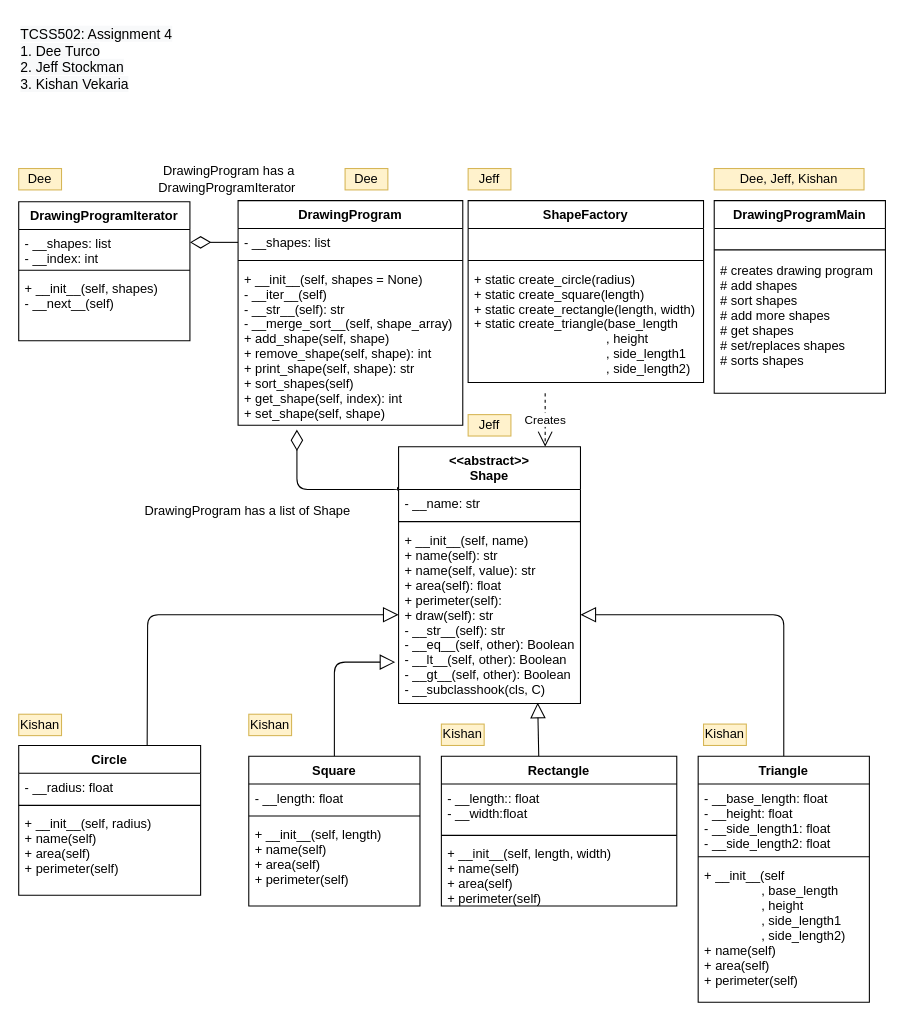
Earlier version of the draw.io diagram HW4_Dee.drawio (jstocks/shapefactory). Source tidied: cells renumbered, new cells numbered last; positions are measured from the earlier drawing's top-left corner, leaving out a move shared by most shapes. Both pictures are drawn from the tidied source at 107%, with x=0, y=0 at pixel (18, 18).
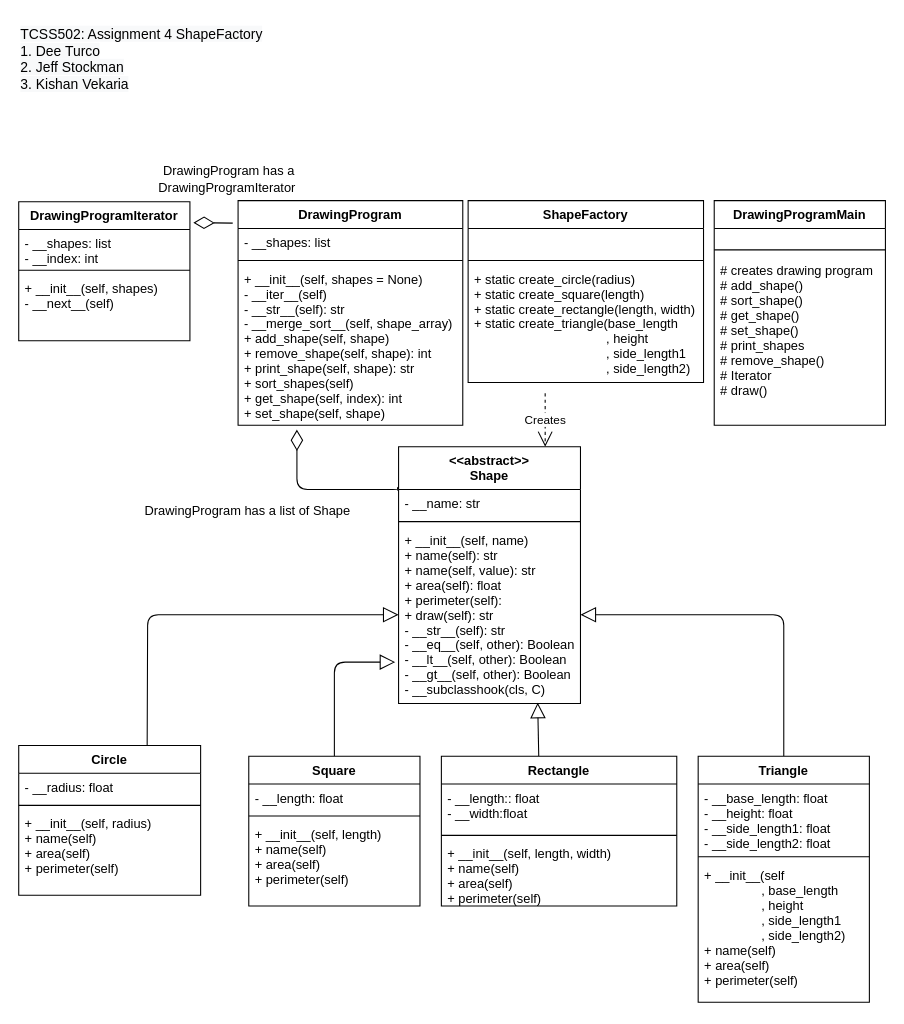
After the change.

The change refers to these unchanged cells:
```xml
<mxCell id="10" value="DrawingProgramIterator" style="swimlane;fontStyle=1;align=center;verticalAlign=top;horizontal=1;startSize=26;" parent="1" vertex="1">
  <mxGeometry y="171" width="160" height="130" as="geometry" />
</mxCell>
<mxCell id="43" value="- __shapes: list" style="text;strokeColor=none;fillColor=none;align=left;verticalAlign=top;spacingLeft=4;spacingRight=4;overflow=hidden;points=[[0,0.5],[1,0.5]];portConstraint=eastwest;" parent="42" vertex="1">
  <mxGeometry y="26" width="210" height="26" as="geometry" />
</mxCell>
```

Diff of the diagram source:
```diff
@@
-    <mxCell id="6" style="endArrow=diamondThin;html=1;endFill=0;strokeWidth=1;endSize=17;exitX=0;exitY=0.5;exitDx=0;exitDy=0;" parent="1" edge="1" source="43">
+    <mxCell id="6" style="endArrow=diamondThin;html=1;endFill=0;strokeWidth=1;endSize=17;entryX=1.02;entryY=0.151;entryDx=0;entryDy=0;entryPerimeter=0;" parent="1" edge="1" target="10">
       <mxGeometry relative="1" as="geometry">
-        <mxPoint x="160" y="209" as="targetPoint" />
+        <mxPoint x="200" y="191" as="sourcePoint" />
       </mxGeometry>
     </mxCell>
@@
     <mxCell id="18" value="DrawingProgramMain" style="swimlane;fontStyle=1;align=center;verticalAlign=top;horizontal=1;startSize=26;" parent="1" vertex="1">
-      <mxGeometry x="650" y="170" width="160" height="180" as="geometry" />
+      <mxGeometry x="650" y="170" width="160" height="210" as="geometry" />
     </mxCell>
@@
-    <mxCell id="21" value="# creates drawing program&#10;# add shapes&#10;# sort shapes&#10;# add more shapes&#10;# get shapes&#10;# set/replaces shapes&#10;# sorts shapes" style="text;strokeColor=none;fillColor=none;align=left;verticalAlign=top;spacingLeft=4;spacingRight=4;overflow=hidden;" parent="18" vertex="1">
-      <mxGeometry y="52" width="160" height="128" as="geometry" />
+    <mxCell id="21" value="# creates drawing program&#10;# add_shape()&#10;# sort_shape()&#10;# get_shape()&#10;# set_shape()&#10;# print_shapes&#10;# remove_shape()&#10;# Iterator&#10;# draw()" style="text;strokeColor=none;fillColor=none;align=left;verticalAlign=top;spacingLeft=4;spacingRight=4;overflow=hidden;" parent="18" vertex="1">
+      <mxGeometry y="52" width="160" height="158" as="geometry" />
     </mxCell>
@@
-    <mxCell id="46" value="&lt;span style=&quot;color: rgb(0 , 0 , 0) ; font-family: &amp;#34;helvetica&amp;#34; ; font-size: 13px ; font-style: normal ; font-weight: 400 ; letter-spacing: normal ; text-align: center ; text-indent: 0px ; text-transform: none ; word-spacing: 0px ; background-color: rgb(248 , 249 , 250) ; display: inline ; float: none&quot;&gt;TCSS502: Assignment 4&lt;br&gt;1. Dee Turco&lt;br&gt;2. Jeff Stockman&lt;br&gt;3. Kishan Vekaria&lt;br&gt;&lt;/span&gt;" style="text;whiteSpace=wrap;html=1;" parent="1" vertex="1">
+    <mxCell id="46" value="&lt;span style=&quot;color: rgb(0 , 0 , 0) ; font-family: &amp;#34;helvetica&amp;#34; ; font-size: 13px ; font-style: normal ; font-weight: 400 ; letter-spacing: normal ; text-align: center ; text-indent: 0px ; text-transform: none ; word-spacing: 0px ; background-color: rgb(248 , 249 , 250) ; display: inline ; float: none&quot;&gt;TCSS502: Assignment 4 ShapeFactory&lt;br&gt;1. Dee Turco&lt;br&gt;2. Jeff Stockman&lt;br&gt;3. Kishan Vekaria&lt;br&gt;&lt;/span&gt;" style="text;whiteSpace=wrap;html=1;" parent="1" vertex="1">
       <mxGeometry width="380" height="80" as="geometry" />
     </mxCell>
@@
-    <mxCell id="48" value="Dee" style="text;html=1;strokeColor=#d6b656;fillColor=#fff2cc;align=center;verticalAlign=middle;whiteSpace=wrap;rounded=0;" parent="1" vertex="1">
-      <mxGeometry x="305" y="140" width="40" height="20" as="geometry" />
-    </mxCell>
-    <mxCell id="49" value="Dee" style="text;html=1;strokeColor=#d6b656;fillColor=#fff2cc;align=center;verticalAlign=middle;whiteSpace=wrap;rounded=0;" parent="1" vertex="1">
-      <mxGeometry y="140" width="40" height="20" as="geometry" />
-    </mxCell>
-    <mxCell id="50" value="Jeff" style="text;html=1;strokeColor=#d6b656;fillColor=#fff2cc;align=center;verticalAlign=middle;whiteSpace=wrap;rounded=0;" parent="1" vertex="1">
-      <mxGeometry x="420" y="370" width="40" height="20" as="geometry" />
-    </mxCell>
-    <mxCell id="51" value="Jeff" style="text;html=1;strokeColor=#d6b656;fillColor=#fff2cc;align=center;verticalAlign=middle;whiteSpace=wrap;rounded=0;" parent="1" vertex="1">
-      <mxGeometry x="420" y="140" width="40" height="20" as="geometry" />
-    </mxCell>
-    <mxCell id="52" value="Kishan" style="text;html=1;strokeColor=#d6b656;fillColor=#fff2cc;align=center;verticalAlign=middle;whiteSpace=wrap;rounded=0;" parent="1" vertex="1">
-      <mxGeometry y="650" width="40" height="20" as="geometry" />
-    </mxCell>
-    <mxCell id="53" value="Kishan" style="text;html=1;strokeColor=#d6b656;fillColor=#fff2cc;align=center;verticalAlign=middle;whiteSpace=wrap;rounded=0;" parent="1" vertex="1">
-      <mxGeometry x="215" y="650" width="40" height="20" as="geometry" />
-    </mxCell>
-    <mxCell id="54" value="Kishan" style="text;html=1;strokeColor=#d6b656;fillColor=#fff2cc;align=center;verticalAlign=middle;whiteSpace=wrap;rounded=0;" parent="1" vertex="1">
-      <mxGeometry x="395" y="659.2" width="40" height="20" as="geometry" />
-    </mxCell>
-    <mxCell id="55" value="Kishan" style="text;html=1;strokeColor=#d6b656;fillColor=#fff2cc;align=center;verticalAlign=middle;whiteSpace=wrap;rounded=0;" parent="1" vertex="1">
-      <mxGeometry x="640" y="659.2" width="40" height="20" as="geometry" />
-    </mxCell>
-    <mxCell id="56" value="Dee, Jeff, Kishan" style="text;html=1;strokeColor=#d6b656;fillColor=#fff2cc;align=center;verticalAlign=middle;whiteSpace=wrap;rounded=0;" parent="1" vertex="1">
-      <mxGeometry x="650" y="140" width="140" height="20" as="geometry" />
-    </mxCell>
```
